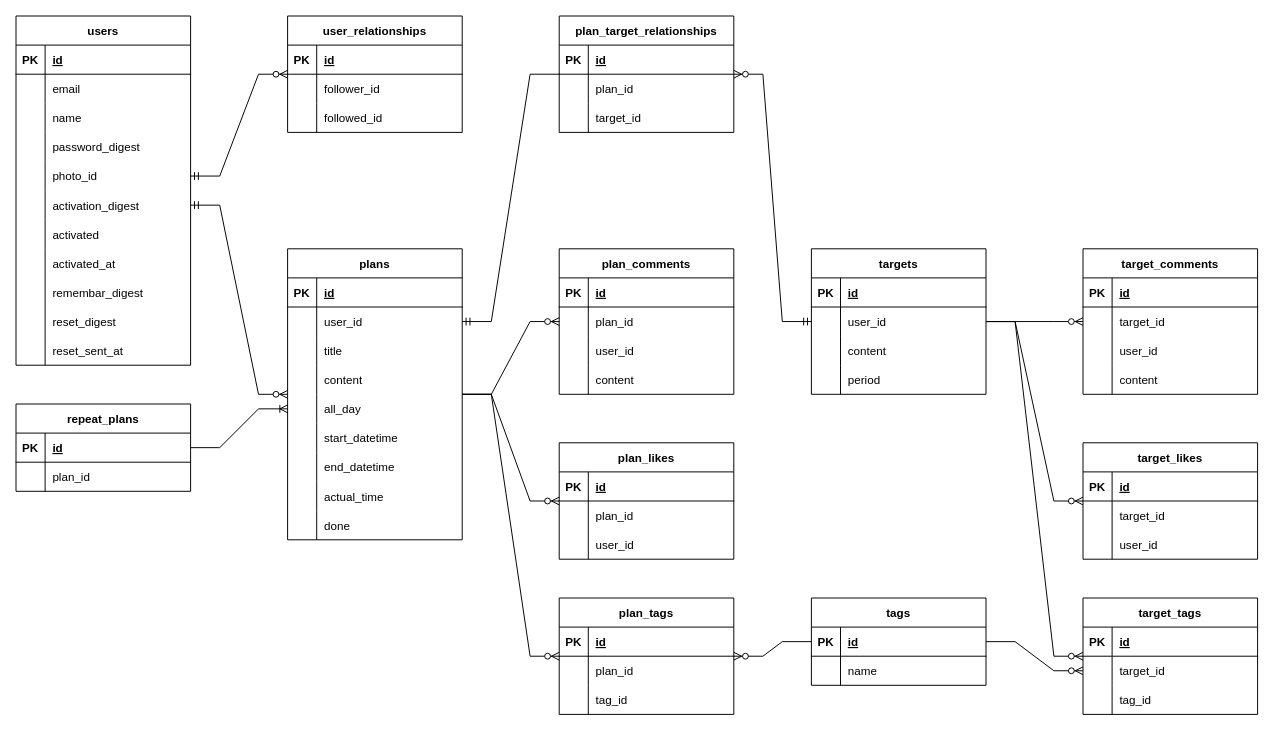
Above: drawio/er.drawio in ktr11/booster-doc (draw.io), before the change. Source tidied: cells renumbered, new cells numbered last; positions are measured from the earlier drawing's top-left corner, leaving out a move shared by most shapes. Both pictures are drawn from the tidied source at 97%, with x=0, y=0 at pixel (16, 16).
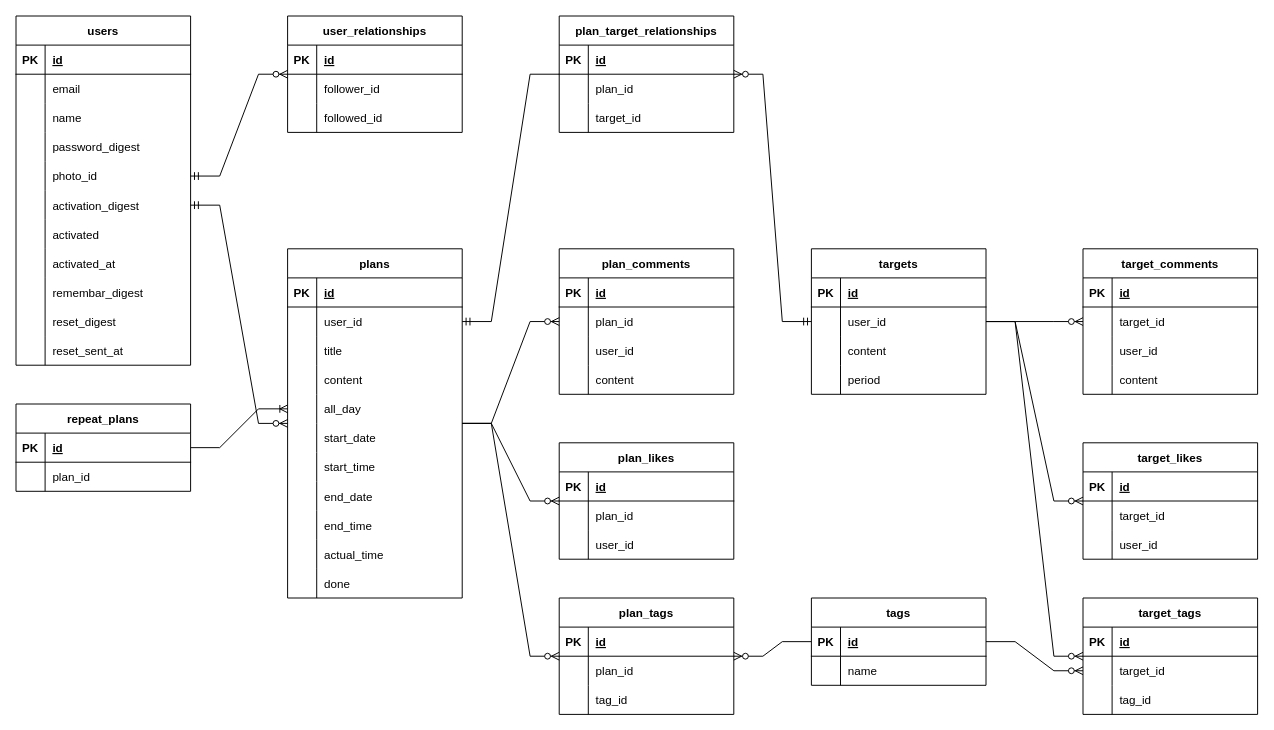
The same diagram, later.

Commit message:
er.drawio を更新します

The change refers to these unchanged cells:
```xml
<mxCell id="63" style="shape=tableRow;horizontal=0;startSize=0;swimlaneHead=0;swimlaneBody=0;fillColor=none;top=0;left=0;right=0;bottom=0;" parent="47" vertex="1">
  <mxGeometry y="180" width="180" height="30" as="geometry" />
</mxCell>
<mxCell id="66" style="shape=tableRow;horizontal=0;startSize=0;swimlaneHead=0;swimlaneBody=0;fillColor=none;top=0;left=0;right=0;bottom=0;" parent="47" vertex="1">
  <mxGeometry y="210" width="180" height="30" as="geometry" />
</mxCell>
```

Diff of the diagram source:
```diff
@@
     <mxCell id="47" value="plans" style="shape=table;startSize=30;childLayout=tableLayout;rowLines=0;fontStyle=1;align=center;" parent="1" vertex="1">
-      <mxGeometry x="280" y="240" width="180" height="300" as="geometry" />
+      <mxGeometry x="280" y="240" width="180" height="360" as="geometry" />
     </mxCell>
@@
-    <mxCell id="65" value="start_datetime" style="shape=partialRectangle;fillColor=none;top=0;left=0;bottom=0;right=0;align=left;spacingLeft=6;overflow=hidden;" parent="63" vertex="1">
+    <mxCell id="65" value="start_date" style="shape=partialRectangle;fillColor=none;top=0;left=0;bottom=0;right=0;align=left;spacingLeft=6;overflow=hidden;" parent="63" vertex="1">
       <mxGeometry x="30" width="150" height="30" as="geometry" />
     </mxCell>
@@
-    <mxCell id="68" value="end_datetime" style="shape=partialRectangle;fillColor=none;top=0;left=0;bottom=0;right=0;align=left;spacingLeft=6;overflow=hidden;" parent="66" vertex="1">
+    <mxCell id="68" value="start_time" style="shape=partialRectangle;fillColor=none;top=0;left=0;bottom=0;right=0;align=left;spacingLeft=6;overflow=hidden;" parent="66" vertex="1">
       <mxGeometry x="30" width="150" height="30" as="geometry" />
     </mxCell>
+    <mxCell id="72" style="shape=tableRow;horizontal=0;startSize=0;swimlaneHead=0;swimlaneBody=0;fillColor=none;top=0;left=0;right=0;bottom=0;" parent="47" vertex="1">
+      <mxGeometry y="240" width="180" height="30" as="geometry" />
+    </mxCell>
+    <mxCell id="73" style="shape=partialRectangle;fillColor=none;top=0;left=0;bottom=0;right=0;overflow=hidden;" parent="72" vertex="1">
+      <mxGeometry width="30" height="30" as="geometry" />
+    </mxCell>
+    <mxCell id="74" value="end_date" style="shape=partialRectangle;fillColor=none;top=0;left=0;bottom=0;right=0;align=left;spacingLeft=6;overflow=hidden;" parent="72" vertex="1">
+      <mxGeometry x="30" width="150" height="30" as="geometry" />
+    </mxCell>
     <mxCell id="69" style="shape=tableRow;horizontal=0;startSize=0;swimlaneHead=0;swimlaneBody=0;fillColor=none;top=0;left=0;right=0;bottom=0;" parent="47" vertex="1">
-      <mxGeometry y="240" width="180" height="30" as="geometry" />
+      <mxGeometry y="270" width="180" height="30" as="geometry" />
     </mxCell>
@@
-    <mxCell id="71" value="actual_time" style="shape=partialRectangle;fillColor=none;top=0;left=0;bottom=0;right=0;align=left;spacingLeft=6;overflow=hidden;" parent="69" vertex="1">
+    <mxCell id="71" value="end_time" style="shape=partialRectangle;fillColor=none;top=0;left=0;bottom=0;right=0;align=left;spacingLeft=6;overflow=hidden;" parent="69" vertex="1">
       <mxGeometry x="30" width="150" height="30" as="geometry" />
     </mxCell>
-    <mxCell id="72" style="shape=tableRow;horizontal=0;startSize=0;swimlaneHead=0;swimlaneBody=0;fillColor=none;top=0;left=0;right=0;bottom=0;" parent="47" vertex="1">
-      <mxGeometry y="270" width="180" height="30" as="geometry" />
-    </mxCell>
-    <mxCell id="73" style="shape=partialRectangle;fillColor=none;top=0;left=0;bottom=0;right=0;overflow=hidden;" parent="72" vertex="1">
-      <mxGeometry width="30" height="30" as="geometry" />
-    </mxCell>
-    <mxCell id="74" value="done" style="shape=partialRectangle;fillColor=none;top=0;left=0;bottom=0;right=0;align=left;spacingLeft=6;overflow=hidden;" parent="72" vertex="1">
-      <mxGeometry x="30" width="150" height="30" as="geometry" />
-    </mxCell>
+    <mxCell id="190" style="shape=tableRow;horizontal=0;startSize=0;swimlaneHead=0;swimlaneBody=0;fillColor=none;top=0;left=0;right=0;bottom=0;" parent="47" vertex="1">
+      <mxGeometry y="300" width="180" height="30" as="geometry" />
+    </mxCell>
+    <mxCell id="191" style="shape=partialRectangle;fillColor=none;top=0;left=0;bottom=0;right=0;overflow=hidden;" parent="190" vertex="1">
+      <mxGeometry width="30" height="30" as="geometry" />
+    </mxCell>
+    <mxCell id="192" value="actual_time" style="shape=partialRectangle;fillColor=none;top=0;left=0;bottom=0;right=0;align=left;spacingLeft=6;overflow=hidden;" parent="190" vertex="1">
+      <mxGeometry x="30" width="150" height="30" as="geometry" />
+    </mxCell>
+    <mxCell id="193" style="shape=tableRow;horizontal=0;startSize=0;swimlaneHead=0;swimlaneBody=0;fillColor=none;top=0;left=0;right=0;bottom=0;" parent="47" vertex="1">
+      <mxGeometry y="330" width="180" height="30" as="geometry" />
+    </mxCell>
+    <mxCell id="194" style="shape=partialRectangle;fillColor=none;top=0;left=0;bottom=0;right=0;overflow=hidden;" parent="193" vertex="1">
+      <mxGeometry width="30" height="30" as="geometry" />
+    </mxCell>
+    <mxCell id="195" value="done" style="shape=partialRectangle;fillColor=none;top=0;left=0;bottom=0;right=0;align=left;spacingLeft=6;overflow=hidden;" parent="193" vertex="1">
+      <mxGeometry x="30" width="150" height="30" as="geometry" />
+    </mxCell>
@@
+    <mxCell id="196" style="shape=tableRow;horizontal=0;startSize=0;swimlaneHead=0;swimlaneBody=0;fillColor=none;top=0;left=0;right=0;bottom=0;" parent="1" vertex="1">
+      <mxGeometry x="270" y="540" width="180" height="30" as="geometry" />
+    </mxCell>
+    <mxCell id="197" style="shape=partialRectangle;fillColor=none;top=0;left=0;bottom=0;right=0;overflow=hidden;" parent="196" vertex="1">
+      <mxGeometry width="30" height="30" as="geometry" />
+    </mxCell>
```
